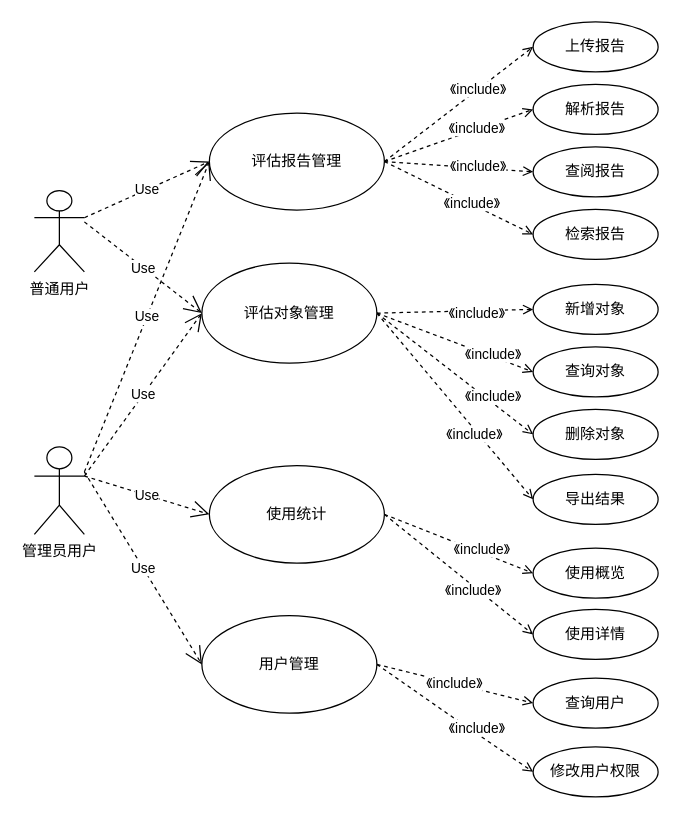
Above: user_case.drawio in lang22/DocAI_UML (draw.io), before the change. Source tidied: cells renumbered, new cells numbered last; positions are measured from the earlier drawing's top-left corner, leaving out a move shared by most shapes. Both pictures are drawn from the tidied source at 125%, with x=0, y=0 at pixel (34, 21).
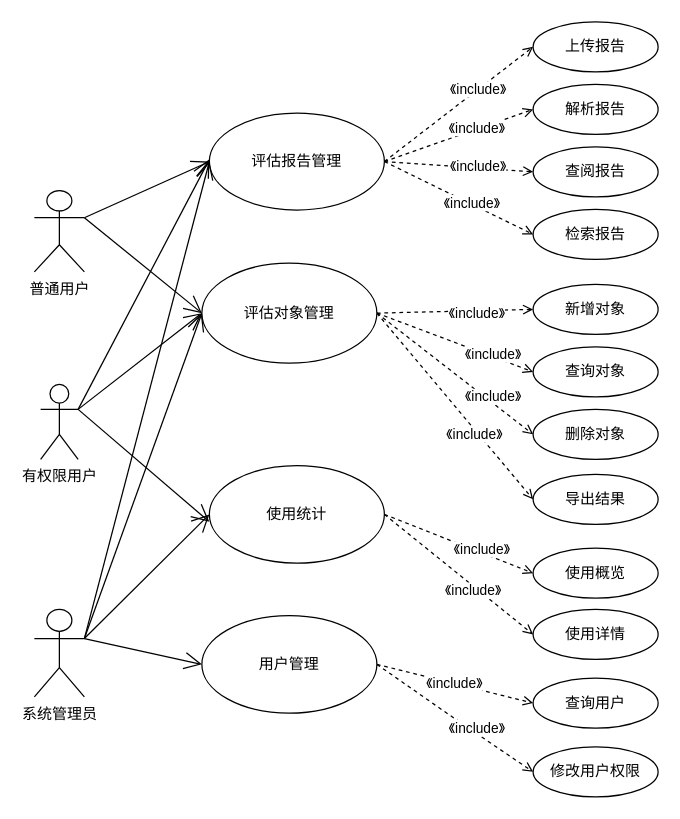
The same page after the edit.

The change refers to these unchanged cells:
```xml
<mxCell id="6" value="评估报告管理" style="ellipse;whiteSpace=wrap;html=1;" parent="1" vertex="1">
  <mxGeometry x="140" y="73" width="140" height="77.5" as="geometry" />
</mxCell>
<mxCell id="11" value="使用统计" style="ellipse;whiteSpace=wrap;html=1;" parent="1" vertex="1">
  <mxGeometry x="140" y="355" width="140" height="78" as="geometry" />
</mxCell>
<mxCell id="15" value="用户管理" style="ellipse;whiteSpace=wrap;html=1;" parent="1" vertex="1">
  <mxGeometry x="134" y="475" width="140" height="78" as="geometry" />
</mxCell>
<mxCell id="24" value="评估对象管理" style="ellipse;whiteSpace=wrap;html=1;" parent="1" vertex="1">
  <mxGeometry x="134" y="193" width="140" height="80" as="geometry" />
</mxCell>
<mxCell id="26" value="普通用户" style="shape=umlActor;verticalLabelPosition=bottom;verticalAlign=top;html=1;" parent="1" vertex="1">
  <mxGeometry y="135" width="40" height="65" as="geometry" />
</mxCell>
```

Change to the diagram source:
```diff
@@
-    <mxCell id="25" value="管理员用户" style="shape=umlActor;verticalLabelPosition=bottom;verticalAlign=top;html=1;" parent="1" vertex="1">
-      <mxGeometry y="340" width="40" height="70" as="geometry" />
+    <mxCell id="25" value="系统管理员" style="shape=umlActor;verticalLabelPosition=bottom;verticalAlign=top;html=1;" parent="1" vertex="1">
+      <mxGeometry y="470" width="40" height="70" as="geometry" />
     </mxCell>
@@
-    <mxCell id="40" value="Use" style="endArrow=open;endSize=12;dashed=1;html=1;rounded=0;exitX=1;exitY=0.3333333333333333;exitDx=0;exitDy=0;exitPerimeter=0;entryX=0;entryY=0.5;entryDx=0;entryDy=0;" parent="1" edge="1" source="26" target="6">
-      <mxGeometry relative="1" as="geometry" />
-    </mxCell>
-    <mxCell id="41" value="Use" style="endArrow=open;endSize=12;dashed=1;html=1;rounded=0;entryX=0;entryY=0.5;entryDx=0;entryDy=0;" parent="1" edge="1" target="24">
-      <mxGeometry relative="1" as="geometry">
-        <mxPoint x="40" y="160" as="sourcePoint" />
-      </mxGeometry>
-    </mxCell>
-    <mxCell id="42" value="Use" style="endArrow=open;endSize=12;dashed=1;html=1;rounded=0;exitX=1;exitY=0.3333333333333333;exitDx=0;exitDy=0;exitPerimeter=0;entryX=0;entryY=0.5;entryDx=0;entryDy=0;" parent="1" edge="1" source="25" target="11">
-      <mxGeometry relative="1" as="geometry" />
+    <mxCell id="42" style="endArrow=open;endSize=12;html=1;rounded=0;exitX=1;exitY=0.3333333333333333;exitDx=0;exitDy=0;exitPerimeter=0;entryX=0;entryY=0.5;entryDx=0;entryDy=0;" parent="1" edge="1" source="25" target="11">
+      <mxGeometry x="0.14" y="-19" relative="1" as="geometry" />
     </mxCell>
-    <mxCell id="43" value="Use" style="endArrow=open;endSize=12;dashed=1;html=1;rounded=0;entryX=0;entryY=0.5;entryDx=0;entryDy=0;" parent="1" edge="1" target="15">
-      <mxGeometry relative="1" as="geometry">
-        <mxPoint x="40" y="360" as="sourcePoint" />
-      </mxGeometry>
+    <mxCell id="43" style="endArrow=open;endSize=12;html=1;rounded=0;entryX=0;entryY=0.5;entryDx=0;entryDy=0;exitX=1;exitY=0.3333333333333333;exitDx=0;exitDy=0;exitPerimeter=0;" parent="1" edge="1" source="25" target="15">
+      <mxGeometry relative="1" as="geometry" />
     </mxCell>
-    <mxCell id="44" value="Use" style="endArrow=open;endSize=12;dashed=1;html=1;rounded=0;entryX=0;entryY=0.5;entryDx=0;entryDy=0;exitX=1;exitY=0.3333333333333333;exitDx=0;exitDy=0;exitPerimeter=0;" parent="1" edge="1" source="25" target="24">
-      <mxGeometry relative="1" as="geometry" />
-    </mxCell>
-    <mxCell id="45" value="Use" style="endArrow=open;endSize=12;dashed=1;html=1;rounded=0;entryX=0;entryY=0.5;entryDx=0;entryDy=0;" parent="1" edge="1" target="6">
-      <mxGeometry relative="1" as="geometry">
-        <mxPoint x="40" y="360" as="sourcePoint" />
-      </mxGeometry>
-    </mxCell>
@@
+    <mxCell id="49" value="有权限用户" style="shape=umlActor;verticalLabelPosition=bottom;verticalAlign=top;html=1;" parent="1" vertex="1">
+      <mxGeometry x="5" y="290" width="30" height="60" as="geometry" />
+    </mxCell>
+    <mxCell id="44" style="endArrow=open;endSize=12;html=1;rounded=0;entryX=0;entryY=0.5;entryDx=0;entryDy=0;exitX=1;exitY=0.3333333333333333;exitDx=0;exitDy=0;exitPerimeter=0;" parent="1" edge="1" source="25" target="24">
+      <mxGeometry x="0.14" y="-19" relative="1" as="geometry" />
+    </mxCell>
+    <mxCell id="50" style="endArrow=open;endSize=12;html=1;rounded=0;exitX=1;exitY=0.3333333333333333;exitDx=0;exitDy=0;exitPerimeter=0;entryX=0;entryY=0.5;entryDx=0;entryDy=0;" parent="1" edge="1" source="25" target="6">
+      <mxGeometry x="0.14" y="-19" relative="1" as="geometry" />
+    </mxCell>
+    <mxCell id="51" style="endArrow=open;endSize=12;html=1;rounded=0;exitX=1;exitY=0.3333333333333333;exitDx=0;exitDy=0;exitPerimeter=0;" parent="1" edge="1" source="49">
+      <mxGeometry x="0.14" y="-19" relative="1" as="geometry">
+        <mxPoint x="140" y="110" as="targetPoint" />
+      </mxGeometry>
+    </mxCell>
+    <mxCell id="52" style="endArrow=open;endSize=12;html=1;rounded=0;exitX=1;exitY=0.3333333333333333;exitDx=0;exitDy=0;exitPerimeter=0;entryX=0;entryY=0.5;entryDx=0;entryDy=0;" parent="1" edge="1" source="49" target="24">
+      <mxGeometry x="0.14" y="-19" relative="1" as="geometry" />
+    </mxCell>
+    <mxCell id="53" style="endArrow=open;endSize=12;html=1;rounded=0;exitX=1;exitY=0.3333333333333333;exitDx=0;exitDy=0;exitPerimeter=0;" parent="1" edge="1" source="49">
+      <mxGeometry x="0.14" y="-19" relative="1" as="geometry">
+        <mxPoint x="140" y="400" as="targetPoint" />
+      </mxGeometry>
+    </mxCell>
+    <mxCell id="40" style="endArrow=open;endSize=12;html=1;rounded=0;exitX=1;exitY=0.3333333333333333;exitDx=0;exitDy=0;exitPerimeter=0;entryX=0;entryY=0.5;entryDx=0;entryDy=0;" parent="1" edge="1" source="26" target="6">
+      <mxGeometry x="0.14" y="-19" relative="1" as="geometry" />
+    </mxCell>
+    <mxCell id="54" style="endArrow=open;endSize=12;html=1;rounded=0;exitX=1;exitY=0.3333333333333333;exitDx=0;exitDy=0;exitPerimeter=0;entryX=0;entryY=0.5;entryDx=0;entryDy=0;" parent="1" edge="1" source="26" target="24">
+      <mxGeometry x="0.14" y="-19" relative="1" as="geometry" />
+    </mxCell>
```
